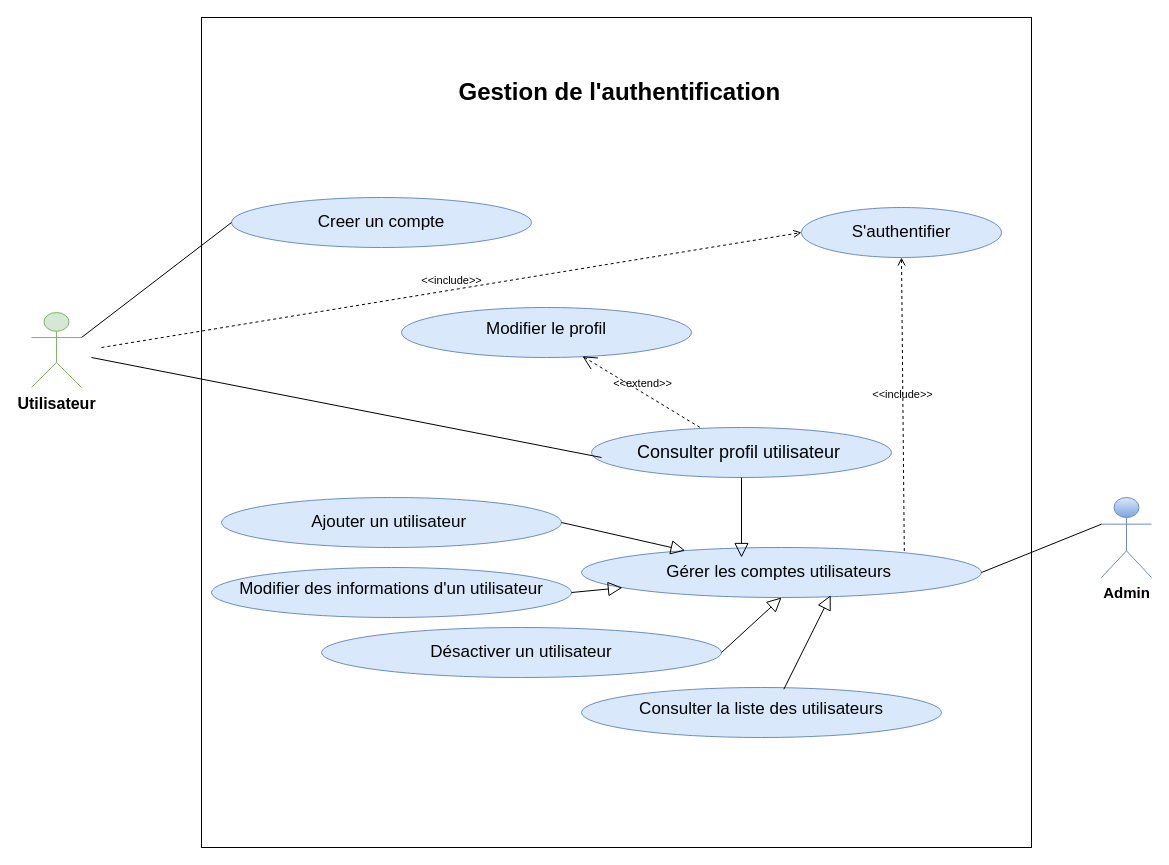
This is Diagramme use case Users.drawio from siwar630/Conception-pfe, a draw.io file, before an edit. Source tidied: cells renumbered, new cells numbered last; positions are measured from the earlier drawing's top-left corner, leaving out a move shared by most shapes. Both pictures are drawn from the tidied source at 100%, with x=0, y=0 at pixel (31, 17).
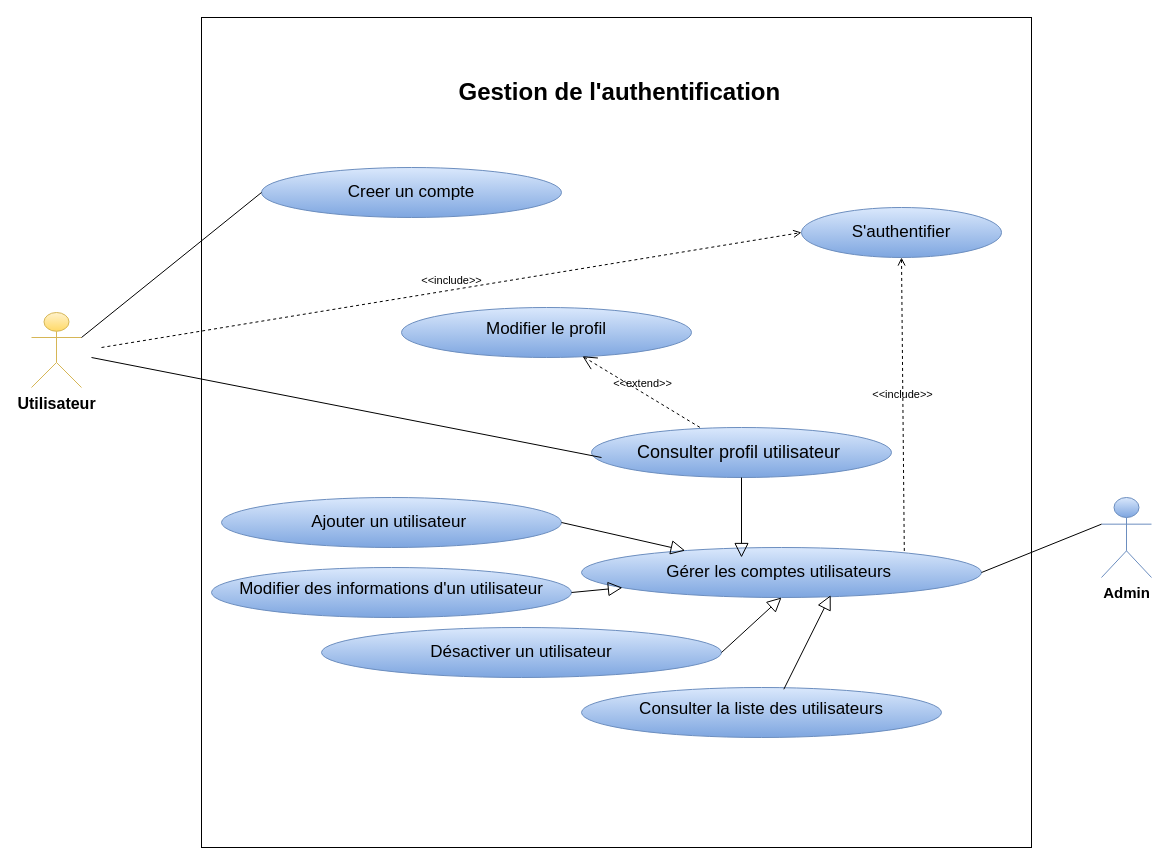
The same page after the edit.

Commit message:
Mettre à jour Diagramme use case Users.drawio

What changed in the source:
```diff
@@
-    <mxCell id="2" value="&lt;b&gt;&lt;font style=&quot;font-size: 16px;&quot;&gt;Utilisateur&lt;/font&gt;&lt;/b&gt;" style="shape=umlActor;verticalLabelPosition=bottom;verticalAlign=top;html=1;outlineConnect=0;fillColor=#d5e8d4;strokeColor=#82b366;" parent="1" vertex="1">
+    <mxCell id="2" value="&lt;b&gt;&lt;font style=&quot;font-size: 16px;&quot;&gt;Utilisateur&lt;/font&gt;&lt;/b&gt;" style="shape=umlActor;verticalLabelPosition=bottom;verticalAlign=top;html=1;outlineConnect=0;fillColor=#fff2cc;strokeColor=#d6b656;gradientColor=#ffd966;" parent="1" vertex="1">
       <mxGeometry y="295" width="50" height="75" as="geometry" />
     </mxCell>
@@
-    <mxCell id="6" value="&lt;table&gt;&lt;tbody&gt;&lt;tr&gt;&lt;td&gt;&lt;span style=&quot;font-size: 17px;&quot;&gt;S'authentifier&lt;/span&gt;&lt;table&gt;&lt;tbody&gt;&lt;tr&gt;&lt;/tr&gt;&lt;/tbody&gt;&lt;/table&gt;&lt;/td&gt;&lt;/tr&gt;&lt;/tbody&gt;&lt;/table&gt;" style="ellipse;whiteSpace=wrap;html=1;fillColor=#dae8fc;strokeColor=#6c8ebf;" parent="1" vertex="1">
+    <mxCell id="6" value="&lt;table&gt;&lt;tbody&gt;&lt;tr&gt;&lt;td&gt;&lt;span style=&quot;font-size: 17px;&quot;&gt;S'authentifier&lt;/span&gt;&lt;table&gt;&lt;tbody&gt;&lt;tr&gt;&lt;/tr&gt;&lt;/tbody&gt;&lt;/table&gt;&lt;/td&gt;&lt;/tr&gt;&lt;/tbody&gt;&lt;/table&gt;" style="ellipse;whiteSpace=wrap;html=1;fillColor=#dae8fc;strokeColor=#6c8ebf;gradientColor=#7ea6e0;" parent="1" vertex="1">
       <mxGeometry x="770" y="190" width="200" height="50" as="geometry" />
     </mxCell>
-    <mxCell id="7" value="&lt;table&gt;&lt;tbody&gt;&lt;tr&gt;&lt;td&gt;&lt;span style=&quot;font-size: 17px;&quot;&gt;Creer un compte&lt;/span&gt;&lt;table&gt;&lt;tbody&gt;&lt;tr&gt;&lt;/tr&gt;&lt;/tbody&gt;&lt;/table&gt;&lt;/td&gt;&lt;/tr&gt;&lt;/tbody&gt;&lt;/table&gt;" style="ellipse;whiteSpace=wrap;html=1;fillColor=#dae8fc;strokeColor=#6c8ebf;" parent="1" vertex="1">
-      <mxGeometry x="200" y="180" width="300" height="50" as="geometry" />
+    <mxCell id="7" value="&lt;table&gt;&lt;tbody&gt;&lt;tr&gt;&lt;td&gt;&lt;span style=&quot;font-size: 17px;&quot;&gt;Creer un compte&lt;/span&gt;&lt;table&gt;&lt;tbody&gt;&lt;tr&gt;&lt;/tr&gt;&lt;/tbody&gt;&lt;/table&gt;&lt;/td&gt;&lt;/tr&gt;&lt;/tbody&gt;&lt;/table&gt;" style="ellipse;whiteSpace=wrap;html=1;fillColor=#dae8fc;strokeColor=#6c8ebf;gradientColor=#7ea6e0;" parent="1" vertex="1">
+      <mxGeometry x="230" y="150" width="300" height="50" as="geometry" />
     </mxCell>
-    <mxCell id="8" value="&lt;table&gt;&lt;tbody&gt;&lt;tr&gt;&lt;td&gt;&lt;span style=&quot;font-size: 17px;&quot;&gt;Désactiver un utilisateur&lt;/span&gt;&lt;table&gt;&lt;tbody&gt;&lt;tr&gt;&lt;/tr&gt;&lt;/tbody&gt;&lt;/table&gt;&lt;/td&gt;&lt;/tr&gt;&lt;/tbody&gt;&lt;/table&gt;" style="ellipse;whiteSpace=wrap;html=1;fillColor=#dae8fc;strokeColor=#6c8ebf;" parent="1" vertex="1">
+    <mxCell id="8" value="&lt;table&gt;&lt;tbody&gt;&lt;tr&gt;&lt;td&gt;&lt;span style=&quot;font-size: 17px;&quot;&gt;Désactiver un utilisateur&lt;/span&gt;&lt;table&gt;&lt;tbody&gt;&lt;tr&gt;&lt;/tr&gt;&lt;/tbody&gt;&lt;/table&gt;&lt;/td&gt;&lt;/tr&gt;&lt;/tbody&gt;&lt;/table&gt;" style="ellipse;whiteSpace=wrap;html=1;fillColor=#dae8fc;strokeColor=#6c8ebf;gradientColor=#7ea6e0;" parent="1" vertex="1">
       <mxGeometry x="290" y="610" width="400" height="50" as="geometry" />
     </mxCell>
-    <mxCell id="9" value="&lt;table&gt;&lt;tbody&gt;&lt;tr&gt;&lt;td&gt;&lt;span style=&quot;font-size: 17px;&quot;&gt;Ajouter un utilisateur&amp;nbsp;&lt;/span&gt;&lt;table&gt;&lt;tbody&gt;&lt;tr&gt;&lt;/tr&gt;&lt;/tbody&gt;&lt;/table&gt;&lt;/td&gt;&lt;/tr&gt;&lt;/tbody&gt;&lt;/table&gt;" style="ellipse;whiteSpace=wrap;html=1;fillColor=#dae8fc;strokeColor=#6c8ebf;" parent="1" vertex="1">
+    <mxCell id="9" value="&lt;table&gt;&lt;tbody&gt;&lt;tr&gt;&lt;td&gt;&lt;span style=&quot;font-size: 17px;&quot;&gt;Ajouter un utilisateur&amp;nbsp;&lt;/span&gt;&lt;table&gt;&lt;tbody&gt;&lt;tr&gt;&lt;/tr&gt;&lt;/tbody&gt;&lt;/table&gt;&lt;/td&gt;&lt;/tr&gt;&lt;/tbody&gt;&lt;/table&gt;" style="ellipse;whiteSpace=wrap;html=1;fillColor=#dae8fc;strokeColor=#6c8ebf;gradientColor=#7ea6e0;" parent="1" vertex="1">
       <mxGeometry x="190" y="480" width="340" height="50" as="geometry" />
     </mxCell>
-    <mxCell id="10" value="&lt;table&gt;&lt;tbody&gt;&lt;tr&gt;&lt;td&gt;&lt;table&gt;&lt;tbody&gt;&lt;tr&gt;&lt;td&gt;&lt;font style=&quot;font-size: 17px;&quot;&gt;Modifier des informations d'un utilisateur&lt;/font&gt;&lt;/td&gt;&lt;/tr&gt;&lt;/tbody&gt;&lt;/table&gt;&lt;table&gt;&lt;tbody&gt;&lt;tr&gt;&lt;td&gt;&lt;/td&gt;&lt;/tr&gt;&lt;/tbody&gt;&lt;/table&gt;&lt;table&gt;&lt;tbody&gt;&lt;tr&gt;&lt;/tr&gt;&lt;/tbody&gt;&lt;/table&gt;&lt;/td&gt;&lt;/tr&gt;&lt;/tbody&gt;&lt;/table&gt;" style="ellipse;whiteSpace=wrap;html=1;fillColor=#dae8fc;strokeColor=#6c8ebf;" parent="1" vertex="1">
+    <mxCell id="10" value="&lt;table&gt;&lt;tbody&gt;&lt;tr&gt;&lt;td&gt;&lt;table&gt;&lt;tbody&gt;&lt;tr&gt;&lt;td&gt;&lt;font style=&quot;font-size: 17px;&quot;&gt;Modifier des informations d'un utilisateur&lt;/font&gt;&lt;/td&gt;&lt;/tr&gt;&lt;/tbody&gt;&lt;/table&gt;&lt;table&gt;&lt;tbody&gt;&lt;tr&gt;&lt;td&gt;&lt;/td&gt;&lt;/tr&gt;&lt;/tbody&gt;&lt;/table&gt;&lt;table&gt;&lt;tbody&gt;&lt;tr&gt;&lt;/tr&gt;&lt;/tbody&gt;&lt;/table&gt;&lt;/td&gt;&lt;/tr&gt;&lt;/tbody&gt;&lt;/table&gt;" style="ellipse;whiteSpace=wrap;html=1;fillColor=#dae8fc;strokeColor=#6c8ebf;gradientColor=#7ea6e0;" parent="1" vertex="1">
       <mxGeometry x="180" y="550" width="360" height="50" as="geometry" />
     </mxCell>
-    <mxCell id="11" value="&lt;table&gt;&lt;tbody&gt;&lt;tr&gt;&lt;td&gt;&lt;font style=&quot;font-size: 17px;&quot;&gt;Modifier le profil&lt;/font&gt;&lt;/td&gt;&lt;/tr&gt;&lt;/tbody&gt;&lt;/table&gt;&lt;table&gt;&lt;tbody&gt;&lt;tr&gt;&lt;td&gt;&lt;/td&gt;&lt;/tr&gt;&lt;/tbody&gt;&lt;/table&gt;" style="ellipse;whiteSpace=wrap;html=1;fillColor=#dae8fc;strokeColor=#6c8ebf;" parent="1" vertex="1">
+    <mxCell id="11" value="&lt;table&gt;&lt;tbody&gt;&lt;tr&gt;&lt;td&gt;&lt;font style=&quot;font-size: 17px;&quot;&gt;Modifier le profil&lt;/font&gt;&lt;/td&gt;&lt;/tr&gt;&lt;/tbody&gt;&lt;/table&gt;&lt;table&gt;&lt;tbody&gt;&lt;tr&gt;&lt;td&gt;&lt;/td&gt;&lt;/tr&gt;&lt;/tbody&gt;&lt;/table&gt;" style="ellipse;whiteSpace=wrap;html=1;fillColor=#dae8fc;strokeColor=#6c8ebf;gradientColor=#7ea6e0;" parent="1" vertex="1">
       <mxGeometry x="370" y="290" width="290" height="50" as="geometry" />
     </mxCell>
-    <mxCell id="12" value="&lt;table&gt;&lt;tbody&gt;&lt;tr&gt;&lt;td&gt;&lt;span style=&quot;font-size: 17px;&quot;&gt;Gérer les comptes utilisateurs&amp;nbsp;&lt;/span&gt;&lt;table&gt;&lt;tbody&gt;&lt;tr&gt;&lt;/tr&gt;&lt;/tbody&gt;&lt;/table&gt;&lt;/td&gt;&lt;/tr&gt;&lt;/tbody&gt;&lt;/table&gt;" style="ellipse;whiteSpace=wrap;html=1;fillColor=#dae8fc;strokeColor=#6c8ebf;" parent="1" vertex="1">
+    <mxCell id="12" value="&lt;table&gt;&lt;tbody&gt;&lt;tr&gt;&lt;td&gt;&lt;span style=&quot;font-size: 17px;&quot;&gt;Gérer les comptes utilisateurs&amp;nbsp;&lt;/span&gt;&lt;table&gt;&lt;tbody&gt;&lt;tr&gt;&lt;/tr&gt;&lt;/tbody&gt;&lt;/table&gt;&lt;/td&gt;&lt;/tr&gt;&lt;/tbody&gt;&lt;/table&gt;" style="ellipse;whiteSpace=wrap;html=1;fillColor=#dae8fc;strokeColor=#6c8ebf;gradientColor=#7ea6e0;" parent="1" vertex="1">
       <mxGeometry x="550" y="530" width="400" height="50" as="geometry" />
     </mxCell>
@@
-    <mxCell id="19" value="&lt;table&gt;&lt;tbody&gt;&lt;tr&gt;&lt;td&gt;&lt;table&gt;&lt;tbody&gt;&lt;tr&gt;&lt;td&gt;&lt;span style=&quot;font-size: 17px;&quot;&gt;Consulter la liste des utilisateurs&lt;/span&gt;&lt;/td&gt;&lt;/tr&gt;&lt;/tbody&gt;&lt;/table&gt;&lt;table&gt;&lt;tbody&gt;&lt;tr&gt;&lt;td&gt;&lt;/td&gt;&lt;/tr&gt;&lt;/tbody&gt;&lt;/table&gt;&lt;table&gt;&lt;tbody&gt;&lt;tr&gt;&lt;/tr&gt;&lt;/tbody&gt;&lt;/table&gt;&lt;/td&gt;&lt;/tr&gt;&lt;/tbody&gt;&lt;/table&gt;" style="ellipse;whiteSpace=wrap;html=1;fillColor=#dae8fc;strokeColor=#6c8ebf;" parent="1" vertex="1">
+    <mxCell id="19" value="&lt;table&gt;&lt;tbody&gt;&lt;tr&gt;&lt;td&gt;&lt;table&gt;&lt;tbody&gt;&lt;tr&gt;&lt;td&gt;&lt;span style=&quot;font-size: 17px;&quot;&gt;Consulter la liste des utilisateurs&lt;/span&gt;&lt;/td&gt;&lt;/tr&gt;&lt;/tbody&gt;&lt;/table&gt;&lt;table&gt;&lt;tbody&gt;&lt;tr&gt;&lt;td&gt;&lt;/td&gt;&lt;/tr&gt;&lt;/tbody&gt;&lt;/table&gt;&lt;table&gt;&lt;tbody&gt;&lt;tr&gt;&lt;/tr&gt;&lt;/tbody&gt;&lt;/table&gt;&lt;/td&gt;&lt;/tr&gt;&lt;/tbody&gt;&lt;/table&gt;" style="ellipse;whiteSpace=wrap;html=1;fillColor=#dae8fc;strokeColor=#6c8ebf;gradientColor=#7ea6e0;" parent="1" vertex="1">
       <mxGeometry x="550" y="670" width="360" height="50" as="geometry" />
     </mxCell>
@@
-    <mxCell id="21" value="&lt;br&gt;&lt;table&gt;&lt;tbody&gt;&lt;tr&gt;&lt;td&gt;&lt;span style=&quot;font-size: 18px;&quot;&gt;Consulter profil utilisateur&amp;nbsp;&lt;/span&gt;&lt;table&gt;&lt;tbody&gt;&lt;tr&gt;&lt;/tr&gt;&lt;/tbody&gt;&lt;/table&gt;&lt;/td&gt;&lt;/tr&gt;&lt;/tbody&gt;&lt;/table&gt;&lt;div&gt;&lt;br&gt;&lt;/div&gt;" style="ellipse;whiteSpace=wrap;html=1;fillColor=#dae8fc;strokeColor=#6c8ebf;" parent="1" vertex="1">
+    <mxCell id="21" value="&lt;br&gt;&lt;table&gt;&lt;tbody&gt;&lt;tr&gt;&lt;td&gt;&lt;span style=&quot;font-size: 18px;&quot;&gt;Consulter profil utilisateur&amp;nbsp;&lt;/span&gt;&lt;table&gt;&lt;tbody&gt;&lt;tr&gt;&lt;/tr&gt;&lt;/tbody&gt;&lt;/table&gt;&lt;/td&gt;&lt;/tr&gt;&lt;/tbody&gt;&lt;/table&gt;&lt;div&gt;&lt;br&gt;&lt;/div&gt;" style="ellipse;whiteSpace=wrap;html=1;fillColor=#dae8fc;strokeColor=#6c8ebf;gradientColor=#7ea6e0;" parent="1" vertex="1">
       <mxGeometry x="560" y="410" width="300" height="50" as="geometry" />
     </mxCell>
```
